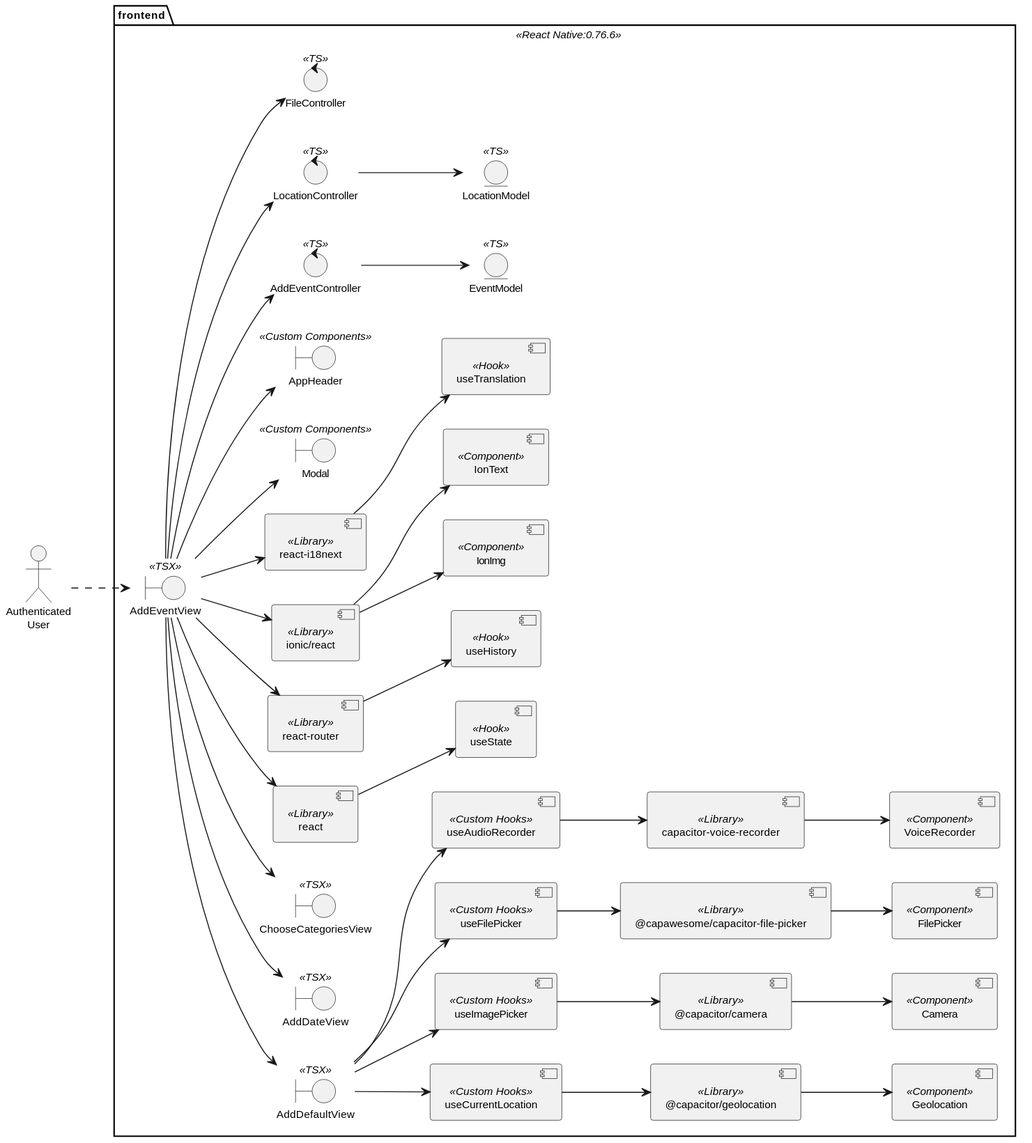
The PlantUML diagram Diseño/Ionic/UC 6 Diseño/diagramas/DesignClassDiagram.svg in valeraruggierotesisucv/tesis-frameworks-mobile-diagrams, before a commit.
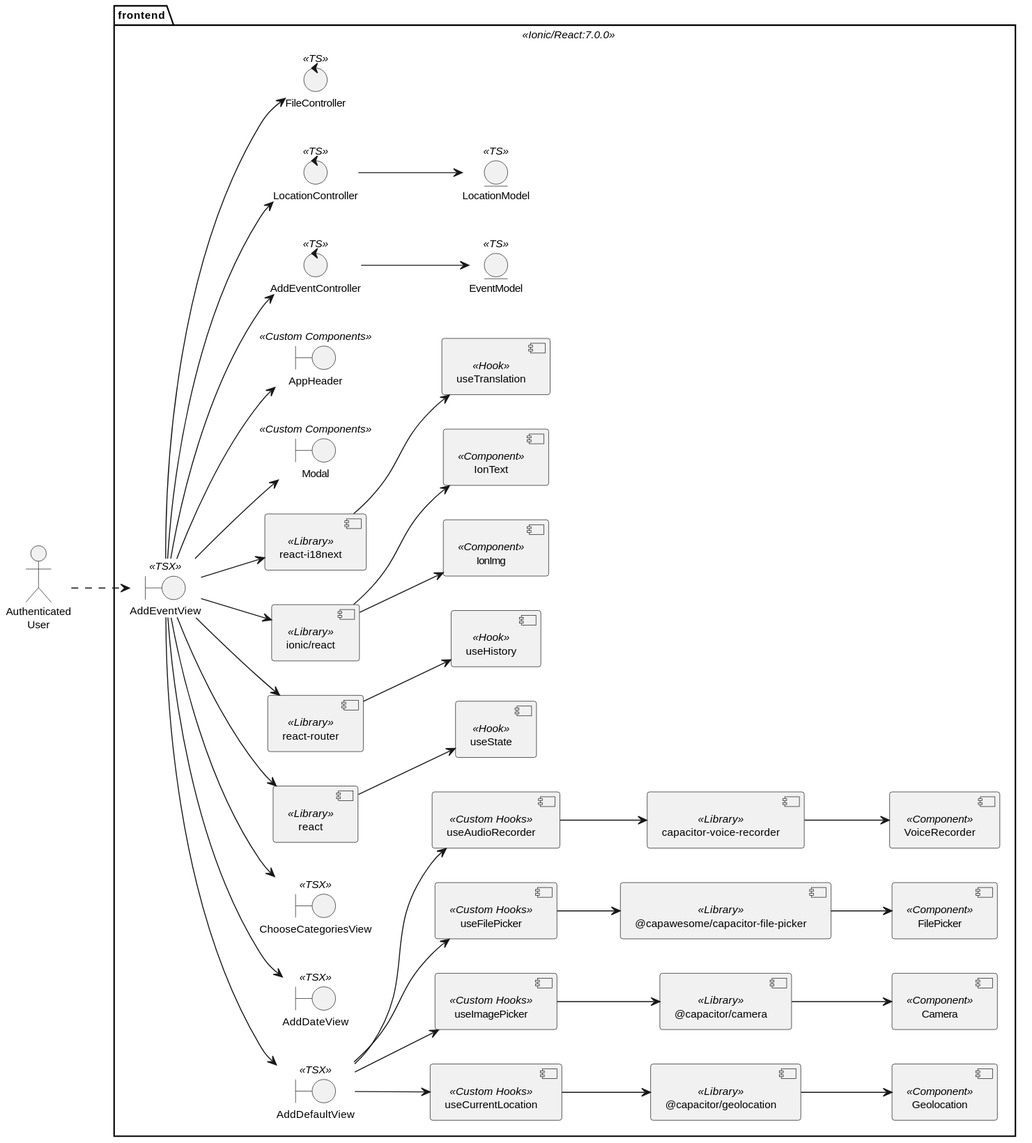
After the change.

What changed in the source:
```diff
@@ -6,7 +6,7 @@
 actor "Authenticated\nUser" as UserReg
 
 
-package frontend <<React Native:0.76.6>>{
+package frontend << Ionic/React:7.0.0 >>{
     boundary "AddEventView" as addEventView << TSX >>
     boundary "AddDefaultView" as AddDefaultView << TSX >>
     boundary "AddDateView" as AddDateView << TSX >>
```
